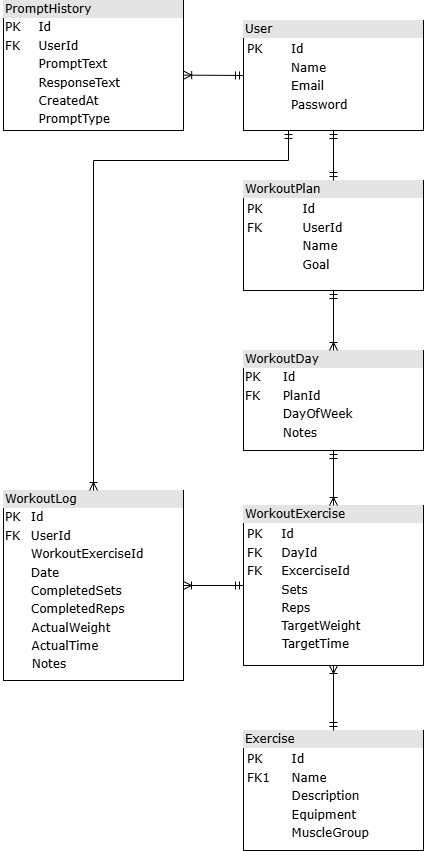
Above: docs/RepGPT Entity Relationship Diagram.png in SimRuo/RepGPT (draw.io), before the change. Source tidied: cells renumbered, new cells last; positions are measured from the earlier drawing's top-left corner, leaving out a move shared by most shapes. Its diagram source:
```xml
<mxGraphModel>
  <root>
    <mxCell id="0" />
    <mxCell id="1" parent="0" />
    <mxCell id="2" value="&lt;div style=&quot;box-sizing: border-box; width: 100%; background: rgb(228, 228, 228); padding: 2px;&quot;&gt;User&lt;/div&gt;&lt;table style=&quot;width:100%;font-size:1em;&quot; cellpadding=&quot;2&quot; cellspacing=&quot;0&quot;&gt;&lt;tbody&gt;&lt;tr&gt;&lt;td&gt;&lt;table style=&quot;font-size: 1em; width: 180px;&quot; cellpadding=&quot;2&quot; cellspacing=&quot;0&quot;&gt;&lt;tbody&gt;&lt;tr&gt;&lt;td&gt;PK&lt;/td&gt;&lt;td&gt;Id&lt;br&gt;&lt;/td&gt;&lt;/tr&gt;&lt;tr&gt;&lt;td&gt;&lt;/td&gt;&lt;td&gt;Name&lt;/td&gt;&lt;/tr&gt;&lt;tr&gt;&lt;td&gt;&lt;/td&gt;&lt;td&gt;Email&lt;/td&gt;&lt;/tr&gt;&lt;tr&gt;&lt;td&gt;&lt;br&gt;&lt;/td&gt;&lt;td&gt;Password&lt;br&gt;&lt;/td&gt;&lt;/tr&gt;&lt;tr&gt;&lt;td&gt;&lt;br&gt;&lt;/td&gt;&lt;td&gt;&lt;br&gt;&lt;/td&gt;&lt;/tr&gt;&lt;/tbody&gt;&lt;/table&gt;&lt;/td&gt;&lt;td&gt;&lt;/td&gt;&lt;/tr&gt;&lt;tr&gt;&lt;td&gt;&lt;/td&gt;&lt;td&gt;&lt;br&gt;&lt;br&gt;&lt;/td&gt;&lt;/tr&gt;&lt;/tbody&gt;&lt;/table&gt;" style="verticalAlign=top;align=left;overflow=fill;html=1;rounded=0;shadow=0;comic=0;labelBackgroundColor=none;strokeWidth=1;fontFamily=Verdana;fontSize=12;" parent="1" vertex="1">
      <mxGeometry x="243" y="20" width="180" height="110" as="geometry" />
    </mxCell>
    <mxCell id="3" value="&lt;div style=&quot;box-sizing: border-box; width: 100%; background: rgb(228, 228, 228); padding: 2px;&quot;&gt;&lt;span style=&quot;background-color: light-dark(rgb(228, 228, 228), rgb(41, 41, 41)); color: light-dark(rgb(0, 0, 0), rgb(255, 255, 255));&quot;&gt;WorkoutLog&lt;/span&gt;&lt;/div&gt;&lt;table style=&quot;width: 100% ; font-size: 1em&quot; cellpadding=&quot;2&quot; cellspacing=&quot;0&quot;&gt;&lt;tbody&gt;&lt;tr&gt;&lt;td&gt;PK&lt;/td&gt;&lt;td&gt;Id&lt;/td&gt;&lt;/tr&gt;&lt;tr&gt;&lt;td&gt;FK&lt;/td&gt;&lt;td&gt;UserId&lt;/td&gt;&lt;/tr&gt;&lt;tr&gt;&lt;td&gt;&lt;/td&gt;&lt;td&gt;WorkoutExerciseId&lt;/td&gt;&lt;/tr&gt;&lt;tr&gt;&lt;td&gt;&lt;br&gt;&lt;/td&gt;&lt;td&gt;Date&lt;br&gt;&lt;/td&gt;&lt;/tr&gt;&lt;tr&gt;&lt;td&gt;&lt;/td&gt;&lt;td&gt;CompletedSets&lt;br&gt;&lt;/td&gt;&lt;/tr&gt;&lt;tr&gt;&lt;td&gt;&lt;/td&gt;&lt;td&gt;CompletedReps&lt;br&gt;&lt;/td&gt;&lt;/tr&gt;&lt;/tbody&gt;&lt;/table&gt;" style="verticalAlign=top;align=left;overflow=fill;html=1;rounded=0;shadow=0;comic=0;labelBackgroundColor=none;strokeWidth=1;fontFamily=Verdana;fontSize=12;" parent="1" vertex="1">
      <mxGeometry x="3" y="490" width="180" height="190" as="geometry" />
    </mxCell>
    <mxCell id="4" value="&lt;div style=&quot;box-sizing: border-box; width: 100%; background: rgb(228, 228, 228); padding: 2px;&quot;&gt;Exercise&lt;/div&gt;&lt;table style=&quot;width: 100% ; font-size: 1em&quot; cellpadding=&quot;2&quot; cellspacing=&quot;0&quot;&gt;&lt;tbody&gt;&lt;tr&gt;&lt;td&gt;&lt;table style=&quot;font-size: 1em; width: 180px;&quot; cellpadding=&quot;2&quot; cellspacing=&quot;0&quot;&gt;&lt;tbody&gt;&lt;tr&gt;&lt;td&gt;PK&lt;/td&gt;&lt;td&gt;Id&lt;/td&gt;&lt;/tr&gt;&lt;tr&gt;&lt;td&gt;FK1&lt;/td&gt;&lt;td&gt;Name&lt;/td&gt;&lt;/tr&gt;&lt;tr&gt;&lt;td&gt;&lt;/td&gt;&lt;td&gt;Description&lt;/td&gt;&lt;/tr&gt;&lt;tr&gt;&lt;td&gt;&lt;br&gt;&lt;/td&gt;&lt;td&gt;Equipment&lt;br&gt;&lt;/td&gt;&lt;/tr&gt;&lt;tr&gt;&lt;td&gt;&lt;br&gt;&lt;/td&gt;&lt;td&gt;MuscleGroup&lt;br&gt;&lt;/td&gt;&lt;/tr&gt;&lt;tr&gt;&lt;td&gt;&lt;br&gt;&lt;/td&gt;&lt;td&gt;&lt;br&gt;&lt;/td&gt;&lt;/tr&gt;&lt;/tbody&gt;&lt;/table&gt;&lt;/td&gt;&lt;td&gt;&lt;br&gt;&lt;/td&gt;&lt;/tr&gt;&lt;/tbody&gt;&lt;/table&gt;" style="verticalAlign=top;align=left;overflow=fill;html=1;rounded=0;shadow=0;comic=0;labelBackgroundColor=none;strokeWidth=1;fontFamily=Verdana;fontSize=12;" parent="1" vertex="1">
      <mxGeometry x="243" y="730" width="180" height="120" as="geometry" />
    </mxCell>
    <mxCell id="5" value="&lt;div style=&quot;box-sizing: border-box; width: 100%; background: rgb(228, 228, 228); padding: 2px;&quot;&gt;WorkoutExercise&amp;nbsp;&amp;nbsp;&lt;/div&gt;&lt;table style=&quot;font-size: 1em; width: 180px;&quot; cellpadding=&quot;2&quot; cellspacing=&quot;0&quot;&gt;&lt;tbody&gt;&lt;tr&gt;&lt;td&gt;&lt;table style=&quot;font-size: 1em; width: 180px;&quot; cellpadding=&quot;2&quot; cellspacing=&quot;0&quot;&gt;&lt;tbody&gt;&lt;tr&gt;&lt;td&gt;PK&lt;/td&gt;&lt;td&gt;Id&lt;/td&gt;&lt;/tr&gt;&lt;tr&gt;&lt;td&gt;FK&lt;/td&gt;&lt;td&gt;DayId&lt;/td&gt;&lt;/tr&gt;&lt;tr&gt;&lt;td&gt;FK&lt;/td&gt;&lt;td&gt;ExcerciseId&lt;/td&gt;&lt;/tr&gt;&lt;tr&gt;&lt;td&gt;&lt;br&gt;&lt;/td&gt;&lt;td&gt;Sets&lt;br&gt;&lt;/td&gt;&lt;/tr&gt;&lt;tr&gt;&lt;td&gt;&lt;br&gt;&lt;/td&gt;&lt;td&gt;Reps&lt;br&gt;&lt;/td&gt;&lt;/tr&gt;&lt;tr&gt;&lt;td&gt;&lt;br&gt;&lt;/td&gt;&lt;td&gt;TargetWeight&lt;/td&gt;&lt;/tr&gt;&lt;/tbody&gt;&lt;/table&gt;&lt;/td&gt;&lt;td&gt;&lt;br&gt;&lt;/td&gt;&lt;/tr&gt;&lt;tr&gt;&lt;td&gt;&lt;/td&gt;&lt;td&gt;&lt;br&gt;&lt;br&gt;&lt;/td&gt;&lt;/tr&gt;&lt;/tbody&gt;&lt;/table&gt;&lt;table style=&quot;width: 100% ; font-size: 1em&quot; cellpadding=&quot;2&quot; cellspacing=&quot;0&quot;&gt;&lt;tbody&gt;&lt;/tbody&gt;&lt;/table&gt;" style="verticalAlign=top;align=left;overflow=fill;html=1;rounded=0;shadow=0;comic=0;labelBackgroundColor=none;strokeWidth=1;fontFamily=Verdana;fontSize=12;" parent="1" vertex="1">
      <mxGeometry x="243" y="505" width="180" height="160" as="geometry" />
    </mxCell>
    <mxCell id="6" value="&lt;div style=&quot;box-sizing: border-box; width: 100%; background: rgb(228, 228, 228); padding: 2px;&quot;&gt;WorkoutPlan&lt;/div&gt;&lt;table style=&quot;font-size: 1em; width: 188px;&quot; cellpadding=&quot;2&quot; cellspacing=&quot;0&quot;&gt;&lt;tbody&gt;&lt;tr&gt;&lt;td&gt;&lt;table style=&quot;font-size: 1em; width: 180px;&quot; cellpadding=&quot;2&quot; cellspacing=&quot;0&quot;&gt;&lt;tbody&gt;&lt;tr&gt;&lt;td&gt;PK&lt;/td&gt;&lt;td&gt;Id&lt;br&gt;&lt;/td&gt;&lt;/tr&gt;&lt;tr&gt;&lt;td&gt;FK&lt;/td&gt;&lt;td&gt;UserId&lt;/td&gt;&lt;/tr&gt;&lt;tr&gt;&lt;td&gt;&lt;/td&gt;&lt;td&gt;Name&lt;/td&gt;&lt;/tr&gt;&lt;tr&gt;&lt;td&gt;&lt;br&gt;&lt;/td&gt;&lt;td&gt;Goal&lt;/td&gt;&lt;/tr&gt;&lt;/tbody&gt;&lt;/table&gt;&lt;/td&gt;&lt;/tr&gt;&lt;/tbody&gt;&lt;/table&gt;" style="verticalAlign=top;align=left;overflow=fill;html=1;rounded=0;shadow=0;comic=0;labelBackgroundColor=none;strokeWidth=1;fontFamily=Verdana;fontSize=12;" parent="1" vertex="1">
      <mxGeometry x="243" y="180" width="180" height="110" as="geometry" />
    </mxCell>
    <mxCell id="7" value="&lt;div style=&quot;box-sizing: border-box; width: 100%; background: rgb(228, 228, 228); padding: 2px;&quot;&gt;WorkoutDay&lt;/div&gt;&lt;table style=&quot;width: 100% ; font-size: 1em&quot; cellpadding=&quot;2&quot; cellspacing=&quot;0&quot;&gt;&lt;tbody&gt;&lt;tr&gt;&lt;td&gt;PK&lt;/td&gt;&lt;td&gt;Id&lt;/td&gt;&lt;/tr&gt;&lt;tr&gt;&lt;td&gt;FK&lt;/td&gt;&lt;td&gt;PlanId&lt;/td&gt;&lt;/tr&gt;&lt;tr&gt;&lt;td&gt;&lt;/td&gt;&lt;td&gt;DayOfWeek&lt;/td&gt;&lt;/tr&gt;&lt;tr&gt;&lt;td&gt;&lt;br&gt;&lt;/td&gt;&lt;td&gt;Notes&lt;br&gt;&lt;/td&gt;&lt;/tr&gt;&lt;tr&gt;&lt;td&gt;&lt;/td&gt;&lt;td&gt;&lt;br&gt;&lt;/td&gt;&lt;/tr&gt;&lt;/tbody&gt;&lt;/table&gt;" style="verticalAlign=top;align=left;overflow=fill;html=1;rounded=0;shadow=0;comic=0;labelBackgroundColor=none;strokeWidth=1;fontFamily=Verdana;fontSize=12;" parent="1" vertex="1">
      <mxGeometry x="243" y="350" width="180" height="100" as="geometry" />
    </mxCell>
    <mxCell id="8" style="fontSize=12;html=1;endArrow=ERmandOne;startArrow=ERmandOne;rounded=0;entryX=0.5;entryY=1;entryDx=0;entryDy=0;" parent="1" edge="1" source="6" target="2">
      <mxGeometry relative="1" as="geometry" />
    </mxCell>
    <mxCell id="9" style="fontSize=12;html=1;endArrow=ERoneToMany;startArrow=ERmandOne;rounded=0;exitX=0;exitY=0.5;exitDx=0;exitDy=0;entryX=1.001;entryY=0.574;entryDx=0;entryDy=0;entryPerimeter=0;" parent="1" edge="1" source="2" target="10">
      <mxGeometry relative="1" as="geometry" />
    </mxCell>
    <mxCell id="10" value="&lt;div style=&quot;box-sizing: border-box; width: 100%; background: rgb(228, 228, 228); padding: 2px;&quot;&gt;&lt;span style=&quot;background-color: light-dark(rgb(228, 228, 228), rgb(41, 41, 41)); color: light-dark(rgb(0, 0, 0), rgb(255, 255, 255));&quot;&gt;PromptHistory&lt;/span&gt;&lt;/div&gt;&lt;table style=&quot;width: 100% ; font-size: 1em&quot; cellpadding=&quot;2&quot; cellspacing=&quot;0&quot;&gt;&lt;tbody&gt;&lt;tr&gt;&lt;td&gt;PK&lt;/td&gt;&lt;td&gt;Id&lt;br&gt;&lt;/td&gt;&lt;/tr&gt;&lt;tr&gt;&lt;td&gt;FK&lt;/td&gt;&lt;td&gt;UserId&lt;/td&gt;&lt;/tr&gt;&lt;tr&gt;&lt;td&gt;&lt;/td&gt;&lt;td&gt;PromptText&lt;/td&gt;&lt;/tr&gt;&lt;tr&gt;&lt;td&gt;&lt;br&gt;&lt;/td&gt;&lt;td&gt;ResponseText&lt;/td&gt;&lt;/tr&gt;&lt;tr&gt;&lt;td&gt;&lt;br&gt;&lt;/td&gt;&lt;td&gt;CreatedAt&lt;br&gt;&lt;/td&gt;&lt;/tr&gt;&lt;tr&gt;&lt;td&gt;&lt;br&gt;&lt;/td&gt;&lt;td&gt;PromptType&lt;br&gt;&lt;/td&gt;&lt;/tr&gt;&lt;/tbody&gt;&lt;/table&gt;" style="verticalAlign=top;align=left;overflow=fill;html=1;rounded=0;shadow=0;comic=0;labelBackgroundColor=none;strokeWidth=1;fontFamily=Verdana;fontSize=12;" parent="1" vertex="1">
      <mxGeometry x="3" width="180" height="130" as="geometry" />
    </mxCell>
    <mxCell id="11" style="fontSize=12;html=1;endArrow=ERoneToMany;startArrow=ERmandOne;rounded=0;exitX=0.5;exitY=0;exitDx=0;exitDy=0;entryX=0.5;entryY=1;entryDx=0;entryDy=0;" parent="1" edge="1" source="4" target="5">
      <mxGeometry relative="1" as="geometry" />
    </mxCell>
    <mxCell id="12" style="fontSize=12;html=1;endArrow=ERoneToMany;startArrow=ERmandOne;rounded=0;exitX=0.5;exitY=1;exitDx=0;exitDy=0;" parent="1" edge="1" source="6" target="7">
      <mxGeometry relative="1" as="geometry" />
    </mxCell>
    <mxCell id="13" style="fontSize=12;html=1;endArrow=ERoneToMany;startArrow=ERmandOne;rounded=0;exitX=0.5;exitY=1;exitDx=0;exitDy=0;" parent="1" edge="1" source="7" target="5">
      <mxGeometry relative="1" as="geometry" />
    </mxCell>
    <mxCell id="14" style="fontSize=12;html=1;endArrow=ERoneToMany;startArrow=ERmandOne;rounded=0;exitX=0;exitY=0.5;exitDx=0;exitDy=0;entryX=1;entryY=0.5;entryDx=0;entryDy=0;" parent="1" edge="1" source="5" target="3">
      <mxGeometry relative="1" as="geometry" />
    </mxCell>
    <mxCell id="15" value="&lt;font face=&quot;Verdana&quot;&gt;TargetTime&lt;/font&gt;" style="text;html=1;align=center;verticalAlign=middle;whiteSpace=wrap;rounded=0;" parent="1" vertex="1">
      <mxGeometry x="279" y="629" width="73" height="30" as="geometry" />
    </mxCell>
    <mxCell id="16" value="&lt;font face=&quot;Verdana&quot;&gt;ActualWeight&lt;/font&gt;" style="text;html=1;align=center;verticalAlign=middle;whiteSpace=wrap;rounded=0;" parent="1" vertex="1">
      <mxGeometry x="22" y="613" width="98" height="30" as="geometry" />
    </mxCell>
    <mxCell id="17" value="&lt;font face=&quot;Verdana&quot;&gt;ActualTime&lt;/font&gt;" style="text;html=1;align=center;verticalAlign=middle;whiteSpace=wrap;rounded=0;" parent="1" vertex="1">
      <mxGeometry x="16" y="631" width="98" height="30" as="geometry" />
    </mxCell>
    <mxCell id="18" value="&lt;font face=&quot;Verdana&quot;&gt;Notes&lt;/font&gt;" style="text;html=1;align=center;verticalAlign=middle;whiteSpace=wrap;rounded=0;" parent="1" vertex="1">
      <mxGeometry y="649" width="98" height="30" as="geometry" />
    </mxCell>
    <mxCell id="19" style="fontSize=12;html=1;endArrow=ERoneToMany;startArrow=ERmandOne;rounded=0;entryX=0.5;entryY=0;entryDx=0;entryDy=0;exitX=0.25;exitY=1;exitDx=0;exitDy=0;" parent="1" edge="1" source="2" target="3">
      <mxGeometry relative="1" as="geometry">
        <Array as="points">
          <mxPoint x="288" y="160" />
          <mxPoint x="93" y="160" />
        </Array>
      </mxGeometry>
    </mxCell>
  </root>
</mxGraphModel>
```
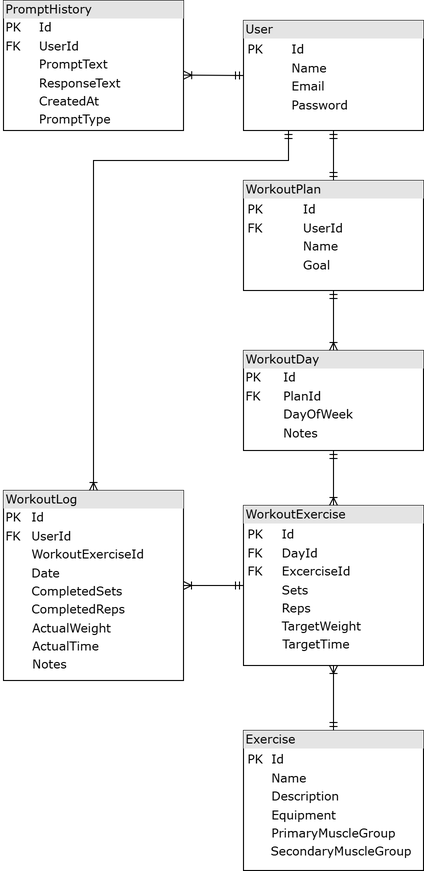
After the commit.

The edit, as a diff of the source:
```diff
@@ -8,9 +8,9 @@
     <mxCell id="3" value="&lt;div style=&quot;box-sizing: border-box; width: 100%; background: rgb(228, 228, 228); padding: 2px;&quot;&gt;&lt;span style=&quot;background-color: light-dark(rgb(228, 228, 228), rgb(41, 41, 41)); color: light-dark(rgb(0, 0, 0), rgb(255, 255, 255));&quot;&gt;WorkoutLog&lt;/span&gt;&lt;/div&gt;&lt;table style=&quot;width: 100% ; font-size: 1em&quot; cellpadding=&quot;2&quot; cellspacing=&quot;0&quot;&gt;&lt;tbody&gt;&lt;tr&gt;&lt;td&gt;PK&lt;/td&gt;&lt;td&gt;Id&lt;/td&gt;&lt;/tr&gt;&lt;tr&gt;&lt;td&gt;FK&lt;/td&gt;&lt;td&gt;UserId&lt;/td&gt;&lt;/tr&gt;&lt;tr&gt;&lt;td&gt;&lt;/td&gt;&lt;td&gt;WorkoutExerciseId&lt;/td&gt;&lt;/tr&gt;&lt;tr&gt;&lt;td&gt;&lt;br&gt;&lt;/td&gt;&lt;td&gt;Date&lt;br&gt;&lt;/td&gt;&lt;/tr&gt;&lt;tr&gt;&lt;td&gt;&lt;/td&gt;&lt;td&gt;CompletedSets&lt;br&gt;&lt;/td&gt;&lt;/tr&gt;&lt;tr&gt;&lt;td&gt;&lt;/td&gt;&lt;td&gt;CompletedReps&lt;br&gt;&lt;/td&gt;&lt;/tr&gt;&lt;/tbody&gt;&lt;/table&gt;" style="verticalAlign=top;align=left;overflow=fill;html=1;rounded=0;shadow=0;comic=0;labelBackgroundColor=none;strokeWidth=1;fontFamily=Verdana;fontSize=12;" parent="1" vertex="1">
       <mxGeometry x="3" y="490" width="180" height="190" as="geometry" />
     </mxCell>
-    <mxCell id="4" value="&lt;div style=&quot;box-sizing: border-box; width: 100%; background: rgb(228, 228, 228); padding: 2px;&quot;&gt;Exercise&lt;/div&gt;&lt;table style=&quot;width: 100% ; font-size: 1em&quot; cellpadding=&quot;2&quot; cellspacing=&quot;0&quot;&gt;&lt;tbody&gt;&lt;tr&gt;&lt;td&gt;&lt;table style=&quot;font-size: 1em; width: 180px;&quot; cellpadding=&quot;2&quot; cellspacing=&quot;0&quot;&gt;&lt;tbody&gt;&lt;tr&gt;&lt;td&gt;PK&lt;/td&gt;&lt;td&gt;Id&lt;/td&gt;&lt;/tr&gt;&lt;tr&gt;&lt;td&gt;FK1&lt;/td&gt;&lt;td&gt;Name&lt;/td&gt;&lt;/tr&gt;&lt;tr&gt;&lt;td&gt;&lt;/td&gt;&lt;td&gt;Description&lt;/td&gt;&lt;/tr&gt;&lt;tr&gt;&lt;td&gt;&lt;br&gt;&lt;/td&gt;&lt;td&gt;Equipment&lt;br&gt;&lt;/td&gt;&lt;/tr&gt;&lt;tr&gt;&lt;td&gt;&lt;br&gt;&lt;/td&gt;&lt;td&gt;MuscleGroup&lt;br&gt;&lt;/td&gt;&lt;/tr&gt;&lt;tr&gt;&lt;td&gt;&lt;br&gt;&lt;/td&gt;&lt;td&gt;&lt;br&gt;&lt;/td&gt;&lt;/tr&gt;&lt;/tbody&gt;&lt;/table&gt;&lt;/td&gt;&lt;td&gt;&lt;br&gt;&lt;/td&gt;&lt;/tr&gt;&lt;/tbody&gt;&lt;/table&gt;" style="verticalAlign=top;align=left;overflow=fill;html=1;rounded=0;shadow=0;comic=0;labelBackgroundColor=none;strokeWidth=1;fontFamily=Verdana;fontSize=12;" parent="1" vertex="1">
-      <mxGeometry x="243" y="730" width="180" height="120" as="geometry" />
-    </mxCell>
+    <mxCell id="20" value="&lt;div style=&quot;box-sizing: border-box; width: 100%; background: rgb(228, 228, 228); padding: 2px;&quot;&gt;Exercise&lt;/div&gt;&lt;table style=&quot;width: 100% ; font-size: 1em&quot; cellpadding=&quot;2&quot; cellspacing=&quot;0&quot;&gt;&lt;tbody&gt;&lt;tr&gt;&lt;td&gt;&lt;table style=&quot;font-size: 1em; width: 180px;&quot; cellpadding=&quot;2&quot; cellspacing=&quot;0&quot;&gt;&lt;tbody&gt;&lt;tr&gt;&lt;td&gt;PK&lt;/td&gt;&lt;td&gt;Id&lt;/td&gt;&lt;/tr&gt;&lt;tr&gt;&lt;td&gt;&lt;/td&gt;&lt;td&gt;Name&lt;/td&gt;&lt;/tr&gt;&lt;tr&gt;&lt;td&gt;&lt;/td&gt;&lt;td&gt;Description&lt;/td&gt;&lt;/tr&gt;&lt;tr&gt;&lt;td&gt;&lt;br&gt;&lt;/td&gt;&lt;td&gt;Equipment&lt;br&gt;&lt;/td&gt;&lt;/tr&gt;&lt;tr&gt;&lt;td&gt;&lt;br&gt;&lt;/td&gt;&lt;td&gt;PrimaryMuscleGroup&lt;br&gt;&lt;/td&gt;&lt;/tr&gt;&lt;tr&gt;&lt;td&gt;&lt;br&gt;&lt;/td&gt;&lt;td&gt;&lt;br&gt;&lt;/td&gt;&lt;/tr&gt;&lt;/tbody&gt;&lt;/table&gt;&lt;/td&gt;&lt;td&gt;&lt;br&gt;&lt;/td&gt;&lt;/tr&gt;&lt;/tbody&gt;&lt;/table&gt;" style="verticalAlign=top;align=left;overflow=fill;html=1;rounded=0;shadow=0;comic=0;labelBackgroundColor=none;strokeWidth=1;fontFamily=Verdana;fontSize=12;" parent="1" vertex="1">
+      <mxGeometry x="243" y="730" width="180" height="140" as="geometry" />
+    </mxCell>
     <mxCell id="5" value="&lt;div style=&quot;box-sizing: border-box; width: 100%; background: rgb(228, 228, 228); padding: 2px;&quot;&gt;WorkoutExercise&amp;nbsp;&amp;nbsp;&lt;/div&gt;&lt;table style=&quot;font-size: 1em; width: 180px;&quot; cellpadding=&quot;2&quot; cellspacing=&quot;0&quot;&gt;&lt;tbody&gt;&lt;tr&gt;&lt;td&gt;&lt;table style=&quot;font-size: 1em; width: 180px;&quot; cellpadding=&quot;2&quot; cellspacing=&quot;0&quot;&gt;&lt;tbody&gt;&lt;tr&gt;&lt;td&gt;PK&lt;/td&gt;&lt;td&gt;Id&lt;/td&gt;&lt;/tr&gt;&lt;tr&gt;&lt;td&gt;FK&lt;/td&gt;&lt;td&gt;DayId&lt;/td&gt;&lt;/tr&gt;&lt;tr&gt;&lt;td&gt;FK&lt;/td&gt;&lt;td&gt;ExcerciseId&lt;/td&gt;&lt;/tr&gt;&lt;tr&gt;&lt;td&gt;&lt;br&gt;&lt;/td&gt;&lt;td&gt;Sets&lt;br&gt;&lt;/td&gt;&lt;/tr&gt;&lt;tr&gt;&lt;td&gt;&lt;br&gt;&lt;/td&gt;&lt;td&gt;Reps&lt;br&gt;&lt;/td&gt;&lt;/tr&gt;&lt;tr&gt;&lt;td&gt;&lt;br&gt;&lt;/td&gt;&lt;td&gt;TargetWeight&lt;/td&gt;&lt;/tr&gt;&lt;/tbody&gt;&lt;/table&gt;&lt;/td&gt;&lt;td&gt;&lt;br&gt;&lt;/td&gt;&lt;/tr&gt;&lt;tr&gt;&lt;td&gt;&lt;/td&gt;&lt;td&gt;&lt;br&gt;&lt;br&gt;&lt;/td&gt;&lt;/tr&gt;&lt;/tbody&gt;&lt;/table&gt;&lt;table style=&quot;width: 100% ; font-size: 1em&quot; cellpadding=&quot;2&quot; cellspacing=&quot;0&quot;&gt;&lt;tbody&gt;&lt;/tbody&gt;&lt;/table&gt;" style="verticalAlign=top;align=left;overflow=fill;html=1;rounded=0;shadow=0;comic=0;labelBackgroundColor=none;strokeWidth=1;fontFamily=Verdana;fontSize=12;" parent="1" vertex="1">
       <mxGeometry x="243" y="505" width="180" height="160" as="geometry" />
     </mxCell>
@@ -29,9 +29,9 @@
     <mxCell id="10" value="&lt;div style=&quot;box-sizing: border-box; width: 100%; background: rgb(228, 228, 228); padding: 2px;&quot;&gt;&lt;span style=&quot;background-color: light-dark(rgb(228, 228, 228), rgb(41, 41, 41)); color: light-dark(rgb(0, 0, 0), rgb(255, 255, 255));&quot;&gt;PromptHistory&lt;/span&gt;&lt;/div&gt;&lt;table style=&quot;width: 100% ; font-size: 1em&quot; cellpadding=&quot;2&quot; cellspacing=&quot;0&quot;&gt;&lt;tbody&gt;&lt;tr&gt;&lt;td&gt;PK&lt;/td&gt;&lt;td&gt;Id&lt;br&gt;&lt;/td&gt;&lt;/tr&gt;&lt;tr&gt;&lt;td&gt;FK&lt;/td&gt;&lt;td&gt;UserId&lt;/td&gt;&lt;/tr&gt;&lt;tr&gt;&lt;td&gt;&lt;/td&gt;&lt;td&gt;PromptText&lt;/td&gt;&lt;/tr&gt;&lt;tr&gt;&lt;td&gt;&lt;br&gt;&lt;/td&gt;&lt;td&gt;ResponseText&lt;/td&gt;&lt;/tr&gt;&lt;tr&gt;&lt;td&gt;&lt;br&gt;&lt;/td&gt;&lt;td&gt;CreatedAt&lt;br&gt;&lt;/td&gt;&lt;/tr&gt;&lt;tr&gt;&lt;td&gt;&lt;br&gt;&lt;/td&gt;&lt;td&gt;PromptType&lt;br&gt;&lt;/td&gt;&lt;/tr&gt;&lt;/tbody&gt;&lt;/table&gt;" style="verticalAlign=top;align=left;overflow=fill;html=1;rounded=0;shadow=0;comic=0;labelBackgroundColor=none;strokeWidth=1;fontFamily=Verdana;fontSize=12;" parent="1" vertex="1">
       <mxGeometry x="3" width="180" height="130" as="geometry" />
     </mxCell>
-    <mxCell id="11" style="fontSize=12;html=1;endArrow=ERoneToMany;startArrow=ERmandOne;rounded=0;exitX=0.5;exitY=0;exitDx=0;exitDy=0;entryX=0.5;entryY=1;entryDx=0;entryDy=0;" parent="1" edge="1" source="4" target="5">
-      <mxGeometry relative="1" as="geometry" />
-    </mxCell>
+    <mxCell id="21" style="fontSize=12;html=1;endArrow=ERoneToMany;startArrow=ERmandOne;rounded=0;exitX=0.5;exitY=0;exitDx=0;exitDy=0;entryX=0.5;entryY=1;entryDx=0;entryDy=0;" parent="1" edge="1" source="20" target="5">
+      <mxGeometry relative="1" as="geometry" />
+    </mxCell>
     <mxCell id="12" style="fontSize=12;html=1;endArrow=ERoneToMany;startArrow=ERmandOne;rounded=0;exitX=0.5;exitY=1;exitDx=0;exitDy=0;" parent="1" edge="1" source="6" target="7">
       <mxGeometry relative="1" as="geometry" />
     </mxCell>
@@ -61,5 +61,8 @@
         </Array>
       </mxGeometry>
     </mxCell>
+    <mxCell id="22" value="&lt;font face=&quot;Verdana&quot;&gt;SecondaryMuscleGroup&lt;/font&gt;" style="text;html=1;align=center;verticalAlign=middle;whiteSpace=wrap;rounded=0;" parent="1" vertex="1">
+      <mxGeometry x="303.5" y="836" width="73" height="30" as="geometry" />
+    </mxCell>
   </root>
 </mxGraphModel>
```
